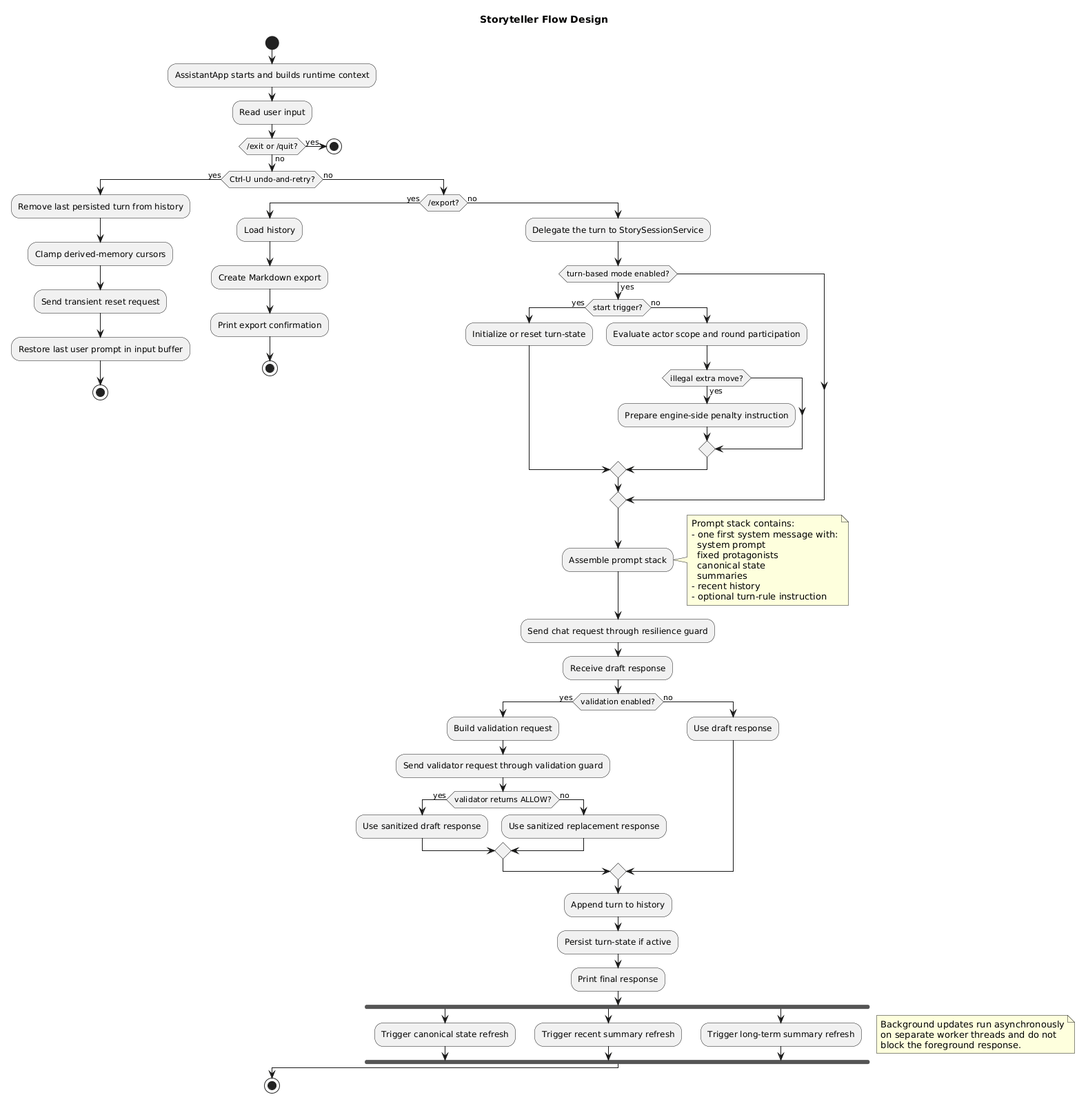
This is docs/architecture/02-storyteller-flow-design.png from jbrugman/Assistant, a PlantUML export, as it was before one commit.
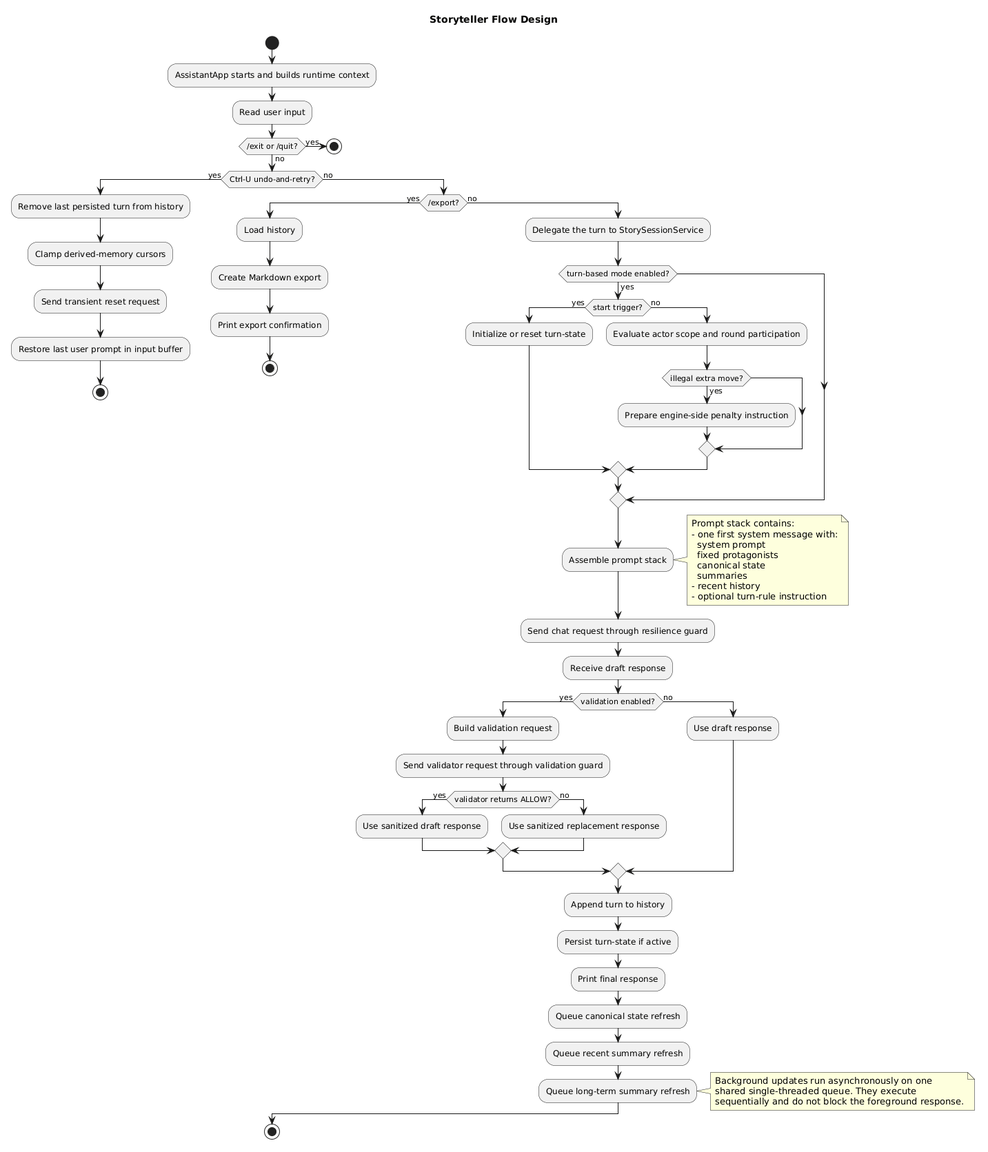
Above is the later version.

The edit, as a diff of the source:
```diff
@@ -70,18 +70,14 @@
       :Persist turn-state if active;
       :Print final response;
 
-      fork
-        :Trigger canonical state refresh;
-      fork again
-        :Trigger recent summary refresh;
-      fork again
-        :Trigger long-term summary refresh;
-      end fork
+      :Queue canonical state refresh;
+      :Queue recent summary refresh;
+      :Queue long-term summary refresh;
 
       note right
-      Background updates run asynchronously
-      on separate worker threads and do not
-      block the foreground response.
+      Background updates run asynchronously on one
+      shared single-threaded queue. They execute
+      sequentially and do not block the foreground response.
       end note
 
     endif
```
